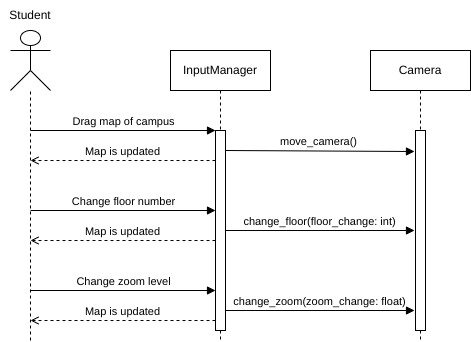
The draw.io diagram graphs/System Sequence Diagrams/ViewCampusMap.drawio.png in NotYetTerminal/Interactive-Map-SETU-Carlow, before a commit. Source tidied: cells renumbered, new cells last; positions are measured from the earlier drawing's top-left corner, leaving out a move shared by most shapes.
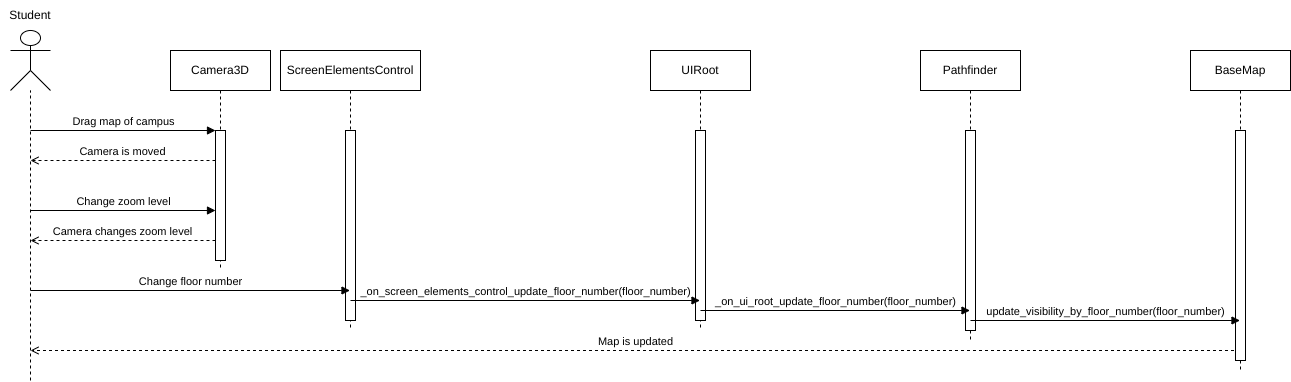
Above is the later version.

Change to the diagram source:
```diff
@@ -2,18 +2,18 @@
   <root>
     <mxCell id="0" />
     <mxCell id="1" parent="0" />
-    <mxCell id="2" value="InputManager" style="shape=umlLifeline;perimeter=lifelinePerimeter;whiteSpace=wrap;html=1;newEdgeStyle={&quot;edgeStyle&quot;:&quot;elbowEdgeStyle&quot;,&quot;elbow&quot;:&quot;vertical&quot;,&quot;curved&quot;:0,&quot;rounded&quot;:0};" parent="1" vertex="1">
-      <mxGeometry x="170" y="50" width="100" height="290" as="geometry" />
+    <mxCell id="2" value="Camera3D" style="shape=umlLifeline;perimeter=lifelinePerimeter;whiteSpace=wrap;html=1;newEdgeStyle={&quot;edgeStyle&quot;:&quot;elbowEdgeStyle&quot;,&quot;elbow&quot;:&quot;vertical&quot;,&quot;curved&quot;:0,&quot;rounded&quot;:0};" parent="1" vertex="1">
+      <mxGeometry x="170" y="50" width="100" height="220" as="geometry" />
     </mxCell>
     <mxCell id="3" style="html=1;points=[];perimeter=orthogonalPerimeter;outlineConnect=0;targetShapes=umlLifeline;portConstraint=eastwest;newEdgeStyle={&quot;edgeStyle&quot;:&quot;elbowEdgeStyle&quot;,&quot;elbow&quot;:&quot;vertical&quot;,&quot;curved&quot;:0,&quot;rounded&quot;:0};" parent="2" vertex="1">
-      <mxGeometry x="45" y="80" width="10" height="200" as="geometry" />
+      <mxGeometry x="45" y="80" width="10" height="130" as="geometry" />
     </mxCell>
     <mxCell id="4" value="Drag map of campus" style="html=1;verticalAlign=bottom;endArrow=block;elbow=vertical;rounded=0;" parent="1" edge="1" target="3">
       <mxGeometry relative="1" as="geometry">
         <mxPoint x="30" y="130" as="sourcePoint" />
       </mxGeometry>
     </mxCell>
-    <mxCell id="5" value="Map is updated" style="html=1;verticalAlign=bottom;endArrow=open;elbow=vertical;rounded=0;dashed=1;endFill=0;" parent="1" edge="1">
+    <mxCell id="5" value="Camera is moved" style="html=1;verticalAlign=bottom;endArrow=open;elbow=vertical;rounded=0;dashed=1;endFill=0;" parent="1" edge="1">
       <mxGeometry relative="1" as="geometry">
         <mxPoint x="215" y="160" as="sourcePoint" />
         <mxPoint x="30" y="160" as="targetPoint" />
@@ -24,74 +24,75 @@
     </mxCell>
     <mxCell id="7" style="endArrow=none;dashed=1;html=1;rounded=0;" parent="1" edge="1" target="6">
       <mxGeometry relative="1" as="geometry">
-        <mxPoint x="30" y="340" as="sourcePoint" />
+        <mxPoint x="30" y="380" as="sourcePoint" />
       </mxGeometry>
     </mxCell>
     <mxCell id="8" value="Student" style="text;html=1;align=center;verticalAlign=middle;whiteSpace=wrap;rounded=0;" parent="1" vertex="1">
       <mxGeometry width="60" height="30" as="geometry" />
     </mxCell>
-    <mxCell id="9" value="Camera" style="shape=umlLifeline;perimeter=lifelinePerimeter;whiteSpace=wrap;html=1;outlineConnect=0;portConstraint=eastwest;newEdgeStyle={&quot;edgeStyle&quot;:&quot;elbowEdgeStyle&quot;,&quot;elbow&quot;:&quot;vertical&quot;,&quot;curved&quot;:0,&quot;rounded&quot;:0};" parent="1" vertex="1">
-      <mxGeometry x="370" y="50" width="100" height="290" as="geometry" />
+    <mxCell id="9" value="ScreenElementsControl" style="shape=umlLifeline;perimeter=lifelinePerimeter;whiteSpace=wrap;html=1;outlineConnect=0;portConstraint=eastwest;newEdgeStyle={&quot;edgeStyle&quot;:&quot;elbowEdgeStyle&quot;,&quot;elbow&quot;:&quot;vertical&quot;,&quot;curved&quot;:0,&quot;rounded&quot;:0};" parent="1" vertex="1">
+      <mxGeometry x="280" y="50" width="140" height="280" as="geometry" />
     </mxCell>
     <mxCell id="10" style="html=1;perimeter=orthogonalPerimeter;targetShapes=umlLifeline;newEdgeStyle={&quot;edgeStyle&quot;:&quot;elbowEdgeStyle&quot;,&quot;elbow&quot;:&quot;vertical&quot;,&quot;curved&quot;:0,&quot;rounded&quot;:0};" parent="9" vertex="1">
-      <mxGeometry x="45" y="80" width="10" height="200" as="geometry" />
+      <mxGeometry x="65" y="80" width="10" height="190" as="geometry" />
     </mxCell>
-    <mxCell id="11" style="endArrow=block;html=1;rounded=0;elbow=vertical;endFill=1;verticalAlign=middle;" parent="1" edge="1">
-      <mxGeometry relative="1" as="geometry">
-        <mxPoint x="225" y="150" as="sourcePoint" />
-        <mxPoint x="414" y="151" as="targetPoint" />
-      </mxGeometry>
-    </mxCell>
-    <mxCell id="12" value="move_camera()" style="edgeLabel;html=1;align=center;verticalAlign=middle;" parent="11" vertex="1">
-      <mxGeometry x="-0.07" relative="1" as="geometry">
-        <mxPoint x="5" y="-10" as="offset" />
-      </mxGeometry>
-    </mxCell>
-    <mxCell id="13" value="Change floor number" style="html=1;verticalAlign=bottom;endArrow=block;elbow=vertical;rounded=0;" parent="1" edge="1">
+    <mxCell id="13" value="Change floor number" style="html=1;verticalAlign=bottom;endArrow=block;elbow=vertical;rounded=0;" parent="1" edge="1" target="9">
       <mxGeometry relative="1" as="geometry">
-        <mxPoint x="30" y="210" as="sourcePoint" />
-        <mxPoint x="215" y="210" as="targetPoint" />
+        <mxPoint x="30" y="290" as="sourcePoint" />
       </mxGeometry>
     </mxCell>
-    <mxCell id="14" style="endArrow=block;html=1;rounded=0;elbow=vertical;endFill=1;verticalAlign=middle;" parent="1" edge="1">
-      <mxGeometry relative="1" as="geometry">
-        <mxPoint x="225" y="230" as="sourcePoint" />
-        <mxPoint x="414" y="230" as="targetPoint" />
-      </mxGeometry>
-    </mxCell>
-    <mxCell id="15" value="change_floor(floor_change: int)" style="edgeLabel;html=1;align=center;verticalAlign=middle;" parent="14" vertex="1">
-      <mxGeometry x="-0.07" relative="1" as="geometry">
-        <mxPoint x="5" y="-10" as="offset" />
-      </mxGeometry>
-    </mxCell>
     <mxCell id="16" value="Map is updated" style="html=1;verticalAlign=bottom;endArrow=open;elbow=vertical;rounded=0;dashed=1;endFill=0;" parent="1" edge="1">
       <mxGeometry relative="1" as="geometry">
-        <mxPoint x="215" y="240" as="sourcePoint" />
-        <mxPoint x="30" y="240" as="targetPoint" />
+        <mxPoint x="1239.5" y="350" as="sourcePoint" />
+        <mxPoint x="30" y="350" as="targetPoint" />
       </mxGeometry>
     </mxCell>
     <mxCell id="17" value="Change zoom level" style="html=1;verticalAlign=bottom;endArrow=block;elbow=vertical;rounded=0;" parent="1" edge="1">
       <mxGeometry relative="1" as="geometry">
-        <mxPoint x="30" y="290" as="sourcePoint" />
-        <mxPoint x="215" y="290" as="targetPoint" />
+        <mxPoint x="30" y="210" as="sourcePoint" />
+        <mxPoint x="215" y="210" as="targetPoint" />
       </mxGeometry>
     </mxCell>
-    <mxCell id="18" value="Map is updated" style="html=1;verticalAlign=bottom;endArrow=open;elbow=vertical;rounded=0;dashed=1;endFill=0;" parent="1" edge="1">
+    <mxCell id="18" value="Camera changes zoom level" style="html=1;verticalAlign=bottom;endArrow=open;elbow=vertical;rounded=0;dashed=1;endFill=0;" parent="1" edge="1">
       <mxGeometry relative="1" as="geometry">
-        <mxPoint x="215" y="320" as="sourcePoint" />
-        <mxPoint x="30" y="320" as="targetPoint" />
+        <mxPoint x="215" y="240" as="sourcePoint" />
+        <mxPoint x="30" y="240" as="targetPoint" />
       </mxGeometry>
     </mxCell>
-    <mxCell id="19" style="endArrow=block;html=1;rounded=0;elbow=vertical;endFill=1;verticalAlign=middle;" parent="1" edge="1">
-      <mxGeometry relative="1" as="geometry">
-        <mxPoint x="225" y="310" as="sourcePoint" />
-        <mxPoint x="414" y="310" as="targetPoint" />
-      </mxGeometry>
-    </mxCell>
-    <mxCell id="20" value="change_zoom(zoom_change: float)" style="edgeLabel;html=1;align=center;verticalAlign=middle;" parent="19" vertex="1">
-      <mxGeometry x="-0.07" relative="1" as="geometry">
-        <mxPoint x="5" y="-10" as="offset" />
-      </mxGeometry>
-    </mxCell>
+    <mxCell id="21" value="UIRoot" style="shape=umlLifeline;perimeter=lifelinePerimeter;whiteSpace=wrap;html=1;newEdgeStyle={&quot;edgeStyle&quot;:&quot;elbowEdgeStyle&quot;,&quot;elbow&quot;:&quot;vertical&quot;,&quot;curved&quot;:0,&quot;rounded&quot;:0};" parent="1" vertex="1">
+      <mxGeometry x="650" y="50" width="100" height="280" as="geometry" />
+    </mxCell>
+    <mxCell id="22" style="html=1;perimeter=orthogonalPerimeter;targetShapes=umlLifeline;newEdgeStyle={&quot;edgeStyle&quot;:&quot;elbowEdgeStyle&quot;,&quot;elbow&quot;:&quot;vertical&quot;,&quot;curved&quot;:0,&quot;rounded&quot;:0};" parent="21" vertex="1">
+      <mxGeometry x="45" y="80" width="10" height="190" as="geometry" />
+    </mxCell>
+    <mxCell id="23" value="_on_screen_elements_control_update_floor_number(floor_number)" style="html=1;verticalAlign=bottom;endArrow=block;elbow=vertical;rounded=0;" parent="1" edge="1">
+      <mxGeometry relative="1" as="geometry">
+        <mxPoint x="350" y="300" as="sourcePoint" />
+        <mxPoint x="699.5" y="300" as="targetPoint" />
+      </mxGeometry>
+    </mxCell>
+    <mxCell id="24" value="Pathfinder" style="shape=umlLifeline;perimeter=lifelinePerimeter;whiteSpace=wrap;html=1;newEdgeStyle={&quot;edgeStyle&quot;:&quot;elbowEdgeStyle&quot;,&quot;elbow&quot;:&quot;vertical&quot;,&quot;curved&quot;:0,&quot;rounded&quot;:0};" parent="1" vertex="1">
+      <mxGeometry x="920" y="50" width="100" height="290" as="geometry" />
+    </mxCell>
+    <mxCell id="25" style="html=1;perimeter=orthogonalPerimeter;targetShapes=umlLifeline;newEdgeStyle={&quot;edgeStyle&quot;:&quot;elbowEdgeStyle&quot;,&quot;elbow&quot;:&quot;vertical&quot;,&quot;curved&quot;:0,&quot;rounded&quot;:0};" parent="24" vertex="1">
+      <mxGeometry x="45" y="80" width="10" height="200" as="geometry" />
+    </mxCell>
+    <mxCell id="26" value="_on_ui_root_update_floor_number(floor_number)" style="html=1;verticalAlign=bottom;endArrow=block;elbow=vertical;rounded=0;" parent="1" edge="1">
+      <mxGeometry relative="1" as="geometry">
+        <mxPoint x="700" y="310" as="sourcePoint" />
+        <mxPoint x="969.5" y="310" as="targetPoint" />
+      </mxGeometry>
+    </mxCell>
+    <mxCell id="27" value="BaseMap" style="shape=umlLifeline;perimeter=lifelinePerimeter;whiteSpace=wrap;html=1;outlineConnect=0;portConstraint=eastwest;newEdgeStyle={&quot;edgeStyle&quot;:&quot;elbowEdgeStyle&quot;,&quot;elbow&quot;:&quot;vertical&quot;,&quot;curved&quot;:0,&quot;rounded&quot;:0};" parent="1" vertex="1">
+      <mxGeometry x="1190" y="50" width="100" height="320" as="geometry" />
+    </mxCell>
+    <mxCell id="28" style="html=1;perimeter=orthogonalPerimeter;targetShapes=umlLifeline;newEdgeStyle={&quot;edgeStyle&quot;:&quot;elbowEdgeStyle&quot;,&quot;elbow&quot;:&quot;vertical&quot;,&quot;curved&quot;:0,&quot;rounded&quot;:0};" parent="27" vertex="1">
+      <mxGeometry x="45" y="80" width="10" height="230" as="geometry" />
+    </mxCell>
+    <mxCell id="29" value="update_visibility_by_floor_number(floor_number)" style="html=1;verticalAlign=bottom;endArrow=block;elbow=vertical;rounded=0;" parent="1" edge="1" target="27">
+      <mxGeometry relative="1" as="geometry">
+        <mxPoint x="970" y="320" as="sourcePoint" />
+      </mxGeometry>
+    </mxCell>
   </root>
 </mxGraphModel>
```
